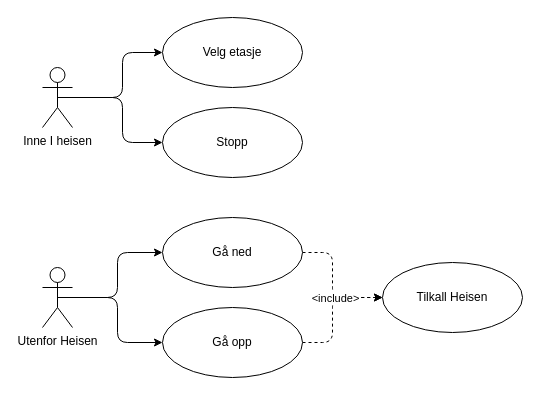
Above: plans/use_case.drawio in Wiacer/Heislab (draw.io), before the change. Source tidied: cells renumbered, new cells numbered last; positions are measured from the earlier drawing's top-left corner, leaving out a move shared by most shapes. Both pictures are drawn from the tidied source at 100%, with x=0, y=0 at pixel (42, 17).
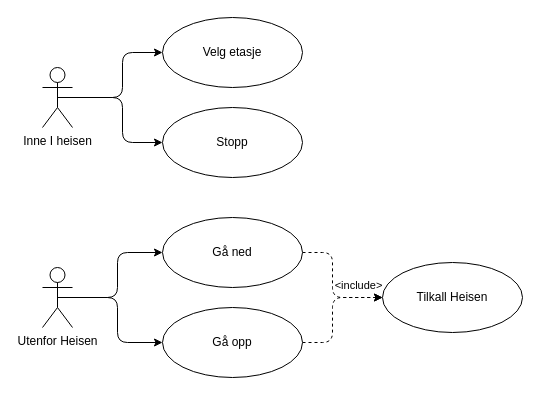
Above is the later version.

The change refers to these unchanged cells:
```xml
<mxCell id="7" style="edgeStyle=orthogonalEdgeStyle;rounded=1;jettySize=auto;html=1;entryX=0;entryY=0.5;entryDx=0;entryDy=0;dashed=1;curved=0;" parent="1" edge="1" source="9" target="10">
  <mxGeometry relative="1" as="geometry">
    <Array as="points">
      <mxPoint x="290" y="325" />
      <mxPoint x="290" y="280" />
    </Array>
  </mxGeometry>
</mxCell>
```

Change to the diagram source:
```diff
@@
-    <mxCell id="8" value="&amp;lt;include&amp;gt;" style="edgeLabel;html=1;align=center;verticalAlign=middle;" parent="7" vertex="1">
+    <mxCell id="8" value="&amp;lt;include&amp;gt;" style="edgeLabel;html=1;align=center;verticalAlign=middle;labelBackgroundColor=default;" parent="7" vertex="1">
       <mxGeometry x="0.49" relative="1" as="geometry">
-        <mxPoint x="-16" as="offset" />
+        <mxPoint x="7" y="-13" as="offset" />
       </mxGeometry>
     </mxCell>
```
